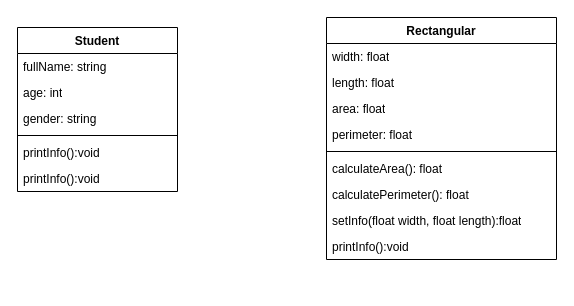
The draw.io diagram Class_UML.drawio in thaispkt/java_course_demo, before the edit. Source tidied: cells renumbered, new cells numbered last; positions are measured from the earlier drawing's top-left corner, leaving out a move shared by most shapes. Both pictures are drawn from the tidied source at 100%, with x=0, y=0 at pixel (17, 17).
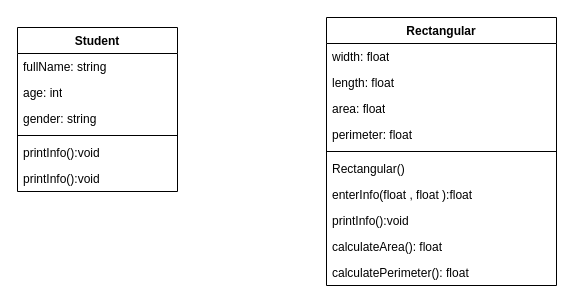
After the change.

Commit message (it also covers changes not shown here):
Fixing enterInfo() method

Change to the diagram source:
```diff
@@
 <mxGraphModel>
   <root>
     <mxCell id="0" />
     <mxCell id="1" parent="0" />
     <mxCell id="2" value="Student" style="swimlane;fontStyle=1;align=center;verticalAlign=top;horizontal=1;startSize=26;whiteSpace=wrap;html=1;" parent="1" vertex="1">
       <mxGeometry y="10" width="160" height="164" as="geometry" />
     </mxCell>
     <mxCell id="3" value="fullName: string" style="text;strokeColor=none;fillColor=none;align=left;verticalAlign=top;spacingLeft=4;spacingRight=4;overflow=hidden;whiteSpace=wrap;html=1;" parent="2" vertex="1">
       <mxGeometry y="26" width="160" height="26" as="geometry" />
     </mxCell>
     <mxCell id="4" value="age: int" style="text;strokeColor=none;fillColor=none;align=left;verticalAlign=top;spacingLeft=4;spacingRight=4;overflow=hidden;whiteSpace=wrap;html=1;" parent="2" vertex="1">
       <mxGeometry y="52" width="160" height="26" as="geometry" />
     </mxCell>
     <mxCell id="5" value="gender: string" style="text;strokeColor=none;fillColor=none;align=left;verticalAlign=top;spacingLeft=4;spacingRight=4;overflow=hidden;whiteSpace=wrap;html=1;" parent="2" vertex="1">
       <mxGeometry y="78" width="160" height="26" as="geometry" />
     </mxCell>
     <mxCell id="6" style="line;strokeWidth=1;fillColor=none;align=left;verticalAlign=middle;spacingTop=-1;spacingLeft=3;spacingRight=3;labelPosition=right;strokeColor=inherit;" parent="2" vertex="1">
       <mxGeometry y="104" width="160" height="8" as="geometry" />
     </mxCell>
     <mxCell id="7" value="printInfo():void" style="text;strokeColor=none;fillColor=none;align=left;verticalAlign=top;spacingLeft=4;spacingRight=4;overflow=hidden;whiteSpace=wrap;html=1;" parent="2" vertex="1">
       <mxGeometry y="112" width="160" height="26" as="geometry" />
     </mxCell>
     <mxCell id="8" value="printInfo():void" style="text;strokeColor=none;fillColor=none;align=left;verticalAlign=top;spacingLeft=4;spacingRight=4;overflow=hidden;whiteSpace=wrap;html=1;" parent="2" vertex="1">
       <mxGeometry y="138" width="160" height="26" as="geometry" />
     </mxCell>
     <mxCell id="9" value="Rectangular" style="swimlane;fontStyle=1;align=center;verticalAlign=top;horizontal=1;startSize=26;whiteSpace=wrap;html=1;" parent="1" vertex="1">
-      <mxGeometry x="309" width="230" height="242" as="geometry" />
+      <mxGeometry x="309" width="230" height="268" as="geometry" />
     </mxCell>
     <mxCell id="10" value="width: float" style="text;strokeColor=none;fillColor=none;align=left;verticalAlign=top;spacingLeft=4;spacingRight=4;overflow=hidden;whiteSpace=wrap;html=1;" parent="9" vertex="1">
       <mxGeometry y="26" width="230" height="26" as="geometry" />
     </mxCell>
     <mxCell id="11" value="length: float" style="text;strokeColor=none;fillColor=none;align=left;verticalAlign=top;spacingLeft=4;spacingRight=4;overflow=hidden;whiteSpace=wrap;html=1;" parent="9" vertex="1">
       <mxGeometry y="52" width="230" height="26" as="geometry" />
     </mxCell>
     <mxCell id="12" value="area: float" style="text;strokeColor=none;fillColor=none;align=left;verticalAlign=top;spacingLeft=4;spacingRight=4;overflow=hidden;whiteSpace=wrap;html=1;" parent="9" vertex="1">
       <mxGeometry y="78" width="230" height="26" as="geometry" />
     </mxCell>
     <mxCell id="13" value="perimeter: float" style="text;strokeColor=none;fillColor=none;align=left;verticalAlign=top;spacingLeft=4;spacingRight=4;overflow=hidden;whiteSpace=wrap;html=1;" parent="9" vertex="1">
       <mxGeometry y="104" width="230" height="26" as="geometry" />
     </mxCell>
     <mxCell id="14" style="line;strokeWidth=1;fillColor=none;align=left;verticalAlign=middle;spacingTop=-1;spacingLeft=3;spacingRight=3;labelPosition=right;strokeColor=inherit;" parent="9" vertex="1">
       <mxGeometry y="130" width="230" height="8" as="geometry" />
     </mxCell>
-    <mxCell id="15" value="calculateArea(): float" style="text;strokeColor=none;fillColor=none;align=left;verticalAlign=top;spacingLeft=4;spacingRight=4;overflow=hidden;whiteSpace=wrap;html=1;" parent="9" vertex="1">
+    <mxCell id="15" value="Rectangular()" style="text;strokeColor=none;fillColor=none;align=left;verticalAlign=top;spacingLeft=4;spacingRight=4;overflow=hidden;whiteSpace=wrap;html=1;" parent="9" vertex="1">
       <mxGeometry y="138" width="230" height="26" as="geometry" />
     </mxCell>
-    <mxCell id="16" value="calculatePerimeter(): float" style="text;strokeColor=none;fillColor=none;align=left;verticalAlign=top;spacingLeft=4;spacingRight=4;overflow=hidden;whiteSpace=wrap;html=1;" parent="9" vertex="1">
-      <mxGeometry y="164" width="230" height="26" as="geometry" />
-    </mxCell>
-    <mxCell id="17" value="setInfo(float width, float length):float" style="text;strokeColor=none;fillColor=none;align=left;verticalAlign=top;spacingLeft=4;spacingRight=4;overflow=hidden;whiteSpace=wrap;html=1;" parent="9" vertex="1">
-      <mxGeometry y="190" width="230" height="26" as="geometry" />
+    <mxCell id="17" value="enterInfo(float , float ):float" style="text;strokeColor=none;fillColor=none;align=left;verticalAlign=top;spacingLeft=4;spacingRight=4;overflow=hidden;whiteSpace=wrap;html=1;" parent="9" vertex="1">
+      <mxGeometry y="164" width="230" height="26" as="geometry" />
     </mxCell>
     <mxCell id="18" value="printInfo():void" style="text;strokeColor=none;fillColor=none;align=left;verticalAlign=top;spacingLeft=4;spacingRight=4;overflow=hidden;whiteSpace=wrap;html=1;" parent="9" vertex="1">
-      <mxGeometry y="216" width="230" height="26" as="geometry" />
+      <mxGeometry y="190" width="230" height="26" as="geometry" />
     </mxCell>
+    <mxCell id="19" value="calculateArea(): float" style="text;strokeColor=none;fillColor=none;align=left;verticalAlign=top;spacingLeft=4;spacingRight=4;overflow=hidden;whiteSpace=wrap;html=1;" parent="9" vertex="1">
+      <mxGeometry y="216" width="230" height="26" as="geometry" />
+    </mxCell>
+    <mxCell id="16" value="calculatePerimeter(): float" style="text;strokeColor=none;fillColor=none;align=left;verticalAlign=top;spacingLeft=4;spacingRight=4;overflow=hidden;whiteSpace=wrap;html=1;" parent="9" vertex="1">
+      <mxGeometry y="242" width="230" height="26" as="geometry" />
+    </mxCell>
   </root>
 </mxGraphModel>
```
